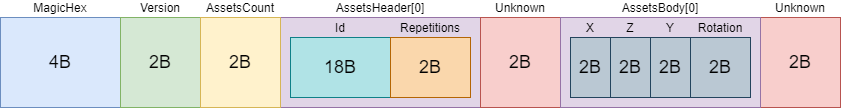
Above: docs/images/version2size.png in johnfercher/taleslab (draw.io), before the change. Source tidied: cells renumbered, new cells last; positions are measured from the earlier drawing's top-left corner, leaving out a move shared by most shapes.
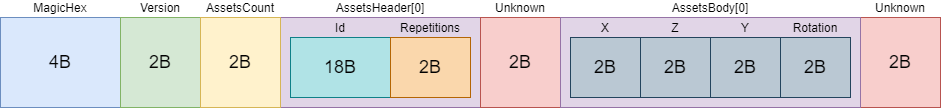
The same file after the commit.

Diff of the diagram source:
```diff
@@ -24,55 +24,55 @@
       <mxGeometry x="480" width="80" height="90" as="geometry" />
     </mxCell>
     <mxCell id="9" value="Unknown" style="rounded=0;whiteSpace=wrap;html=1;labelPosition=center;verticalLabelPosition=top;align=center;verticalAlign=bottom;fillColor=#f8cecc;strokeColor=#b85450;" parent="1" vertex="1">
-      <mxGeometry x="760" width="80" height="90" as="geometry" />
+      <mxGeometry x="860" width="80" height="90" as="geometry" />
     </mxCell>
     <mxCell id="10" value="AssetsBody[0]" style="rounded=0;whiteSpace=wrap;html=1;labelPosition=center;verticalLabelPosition=top;align=center;verticalAlign=bottom;fillColor=#e1d5e7;strokeColor=#9673a6;" parent="1" vertex="1">
-      <mxGeometry x="560" width="200" height="90" as="geometry" />
+      <mxGeometry x="560" width="300" height="90" as="geometry" />
     </mxCell>
     <mxCell id="11" value="X" style="rounded=0;whiteSpace=wrap;html=1;labelPosition=center;verticalLabelPosition=top;align=center;verticalAlign=bottom;fillColor=#bac8d3;strokeColor=#23445d;" parent="1" vertex="1">
-      <mxGeometry x="570" y="20" width="40" height="60" as="geometry" />
+      <mxGeometry x="570" y="20" width="70" height="60" as="geometry" />
     </mxCell>
     <mxCell id="12" value="Y" style="rounded=0;whiteSpace=wrap;html=1;labelPosition=center;verticalLabelPosition=top;align=center;verticalAlign=bottom;fillColor=#bac8d3;strokeColor=#23445d;" parent="1" vertex="1">
-      <mxGeometry x="650" y="20" width="40" height="60" as="geometry" />
+      <mxGeometry x="710" y="20" width="70" height="60" as="geometry" />
     </mxCell>
     <mxCell id="13" value="Z" style="rounded=0;whiteSpace=wrap;html=1;labelPosition=center;verticalLabelPosition=top;align=center;verticalAlign=bottom;fillColor=#bac8d3;strokeColor=#23445d;" parent="1" vertex="1">
-      <mxGeometry x="610" y="20" width="40" height="60" as="geometry" />
+      <mxGeometry x="640" y="20" width="70" height="60" as="geometry" />
     </mxCell>
-    <mxCell id="14" value="Rotation" style="rounded=0;whiteSpace=wrap;html=1;labelPosition=center;verticalLabelPosition=top;align=center;verticalAlign=bottom;fillColor=#bac8d3;strokeColor=#23445d;" parent="1" vertex="1">
-      <mxGeometry x="690" y="20" width="60" height="60" as="geometry" />
+    <mxCell id="14" value="4B" style="text;html=1;strokeColor=none;fillColor=none;align=center;verticalAlign=middle;whiteSpace=wrap;rounded=0;fontStyle=0;fontSize=18;" parent="1" vertex="1">
+      <mxGeometry width="120" height="90" as="geometry" />
     </mxCell>
-    <mxCell id="15" value="4B" style="text;html=1;strokeColor=none;fillColor=none;align=center;verticalAlign=middle;whiteSpace=wrap;rounded=0;fontStyle=0;fontSize=18;" parent="1" vertex="1">
-      <mxGeometry width="120" height="90" as="geometry" />
+    <mxCell id="15" value="2B" style="text;html=1;strokeColor=none;fillColor=none;align=center;verticalAlign=middle;whiteSpace=wrap;rounded=0;fontStyle=0;fontSize=18;" parent="1" vertex="1">
+      <mxGeometry x="120" width="80" height="90" as="geometry" />
     </mxCell>
-    <mxCell id="16" value="2B" style="text;html=1;strokeColor=none;fillColor=none;align=center;verticalAlign=middle;whiteSpace=wrap;rounded=0;fontStyle=0;fontSize=18;" parent="1" vertex="1">
-      <mxGeometry x="120" width="80" height="90" as="geometry" />
+    <mxCell id="16" value="2B&lt;br&gt;" style="text;html=1;strokeColor=none;fillColor=none;align=center;verticalAlign=middle;whiteSpace=wrap;rounded=0;fontStyle=0;fontSize=18;" parent="1" vertex="1">
+      <mxGeometry x="200" width="80" height="90" as="geometry" />
     </mxCell>
-    <mxCell id="17" value="2B&lt;br&gt;" style="text;html=1;strokeColor=none;fillColor=none;align=center;verticalAlign=middle;whiteSpace=wrap;rounded=0;fontStyle=0;fontSize=18;" parent="1" vertex="1">
-      <mxGeometry x="200" width="80" height="90" as="geometry" />
+    <mxCell id="17" value="18B" style="text;html=1;strokeColor=none;fillColor=none;align=center;verticalAlign=middle;whiteSpace=wrap;rounded=0;fontStyle=0;fontSize=18;" parent="1" vertex="1">
+      <mxGeometry x="290" y="20" width="100" height="60" as="geometry" />
     </mxCell>
-    <mxCell id="18" value="18B" style="text;html=1;strokeColor=none;fillColor=none;align=center;verticalAlign=middle;whiteSpace=wrap;rounded=0;fontStyle=0;fontSize=18;" parent="1" vertex="1">
-      <mxGeometry x="290" y="20" width="100" height="60" as="geometry" />
+    <mxCell id="18" value="2B" style="text;html=1;strokeColor=none;fillColor=none;align=center;verticalAlign=middle;whiteSpace=wrap;rounded=0;fontStyle=0;fontSize=18;" parent="1" vertex="1">
+      <mxGeometry x="390" y="20" width="80" height="60" as="geometry" />
     </mxCell>
     <mxCell id="19" value="2B" style="text;html=1;strokeColor=none;fillColor=none;align=center;verticalAlign=middle;whiteSpace=wrap;rounded=0;fontStyle=0;fontSize=18;" parent="1" vertex="1">
-      <mxGeometry x="390" y="20" width="80" height="60" as="geometry" />
+      <mxGeometry x="640" y="20" width="70" height="60" as="geometry" />
     </mxCell>
     <mxCell id="20" value="2B" style="text;html=1;strokeColor=none;fillColor=none;align=center;verticalAlign=middle;whiteSpace=wrap;rounded=0;fontStyle=0;fontSize=18;" parent="1" vertex="1">
-      <mxGeometry x="690" y="20" width="60" height="60" as="geometry" />
+      <mxGeometry x="570" y="20" width="70" height="60" as="geometry" />
     </mxCell>
     <mxCell id="21" value="2B" style="text;html=1;strokeColor=none;fillColor=none;align=center;verticalAlign=middle;whiteSpace=wrap;rounded=0;fontStyle=0;fontSize=18;" parent="1" vertex="1">
-      <mxGeometry x="570" y="20" width="40" height="60" as="geometry" />
+      <mxGeometry x="710" y="20" width="70" height="60" as="geometry" />
     </mxCell>
     <mxCell id="22" value="2B" style="text;html=1;strokeColor=none;fillColor=none;align=center;verticalAlign=middle;whiteSpace=wrap;rounded=0;fontStyle=0;fontSize=18;" parent="1" vertex="1">
-      <mxGeometry x="650" y="20" width="40" height="60" as="geometry" />
+      <mxGeometry x="480" width="80" height="90" as="geometry" />
     </mxCell>
     <mxCell id="23" value="2B" style="text;html=1;strokeColor=none;fillColor=none;align=center;verticalAlign=middle;whiteSpace=wrap;rounded=0;fontStyle=0;fontSize=18;" parent="1" vertex="1">
-      <mxGeometry x="610" y="20" width="40" height="60" as="geometry" />
+      <mxGeometry x="860" width="80" height="90" as="geometry" />
     </mxCell>
-    <mxCell id="24" value="2B" style="text;html=1;strokeColor=none;fillColor=none;align=center;verticalAlign=middle;whiteSpace=wrap;rounded=0;fontStyle=0;fontSize=18;" parent="1" vertex="1">
-      <mxGeometry x="480" width="80" height="90" as="geometry" />
+    <mxCell id="24" value="Rotation" style="rounded=0;whiteSpace=wrap;html=1;labelPosition=center;verticalLabelPosition=top;align=center;verticalAlign=bottom;fillColor=#bac8d3;strokeColor=#23445d;" parent="1" vertex="1">
+      <mxGeometry x="780" y="20" width="70" height="60" as="geometry" />
     </mxCell>
     <mxCell id="25" value="2B" style="text;html=1;strokeColor=none;fillColor=none;align=center;verticalAlign=middle;whiteSpace=wrap;rounded=0;fontStyle=0;fontSize=18;" parent="1" vertex="1">
-      <mxGeometry x="760" width="80" height="90" as="geometry" />
+      <mxGeometry x="780" y="20" width="70" height="60" as="geometry" />
     </mxCell>
   </root>
 </mxGraphModel>
```
